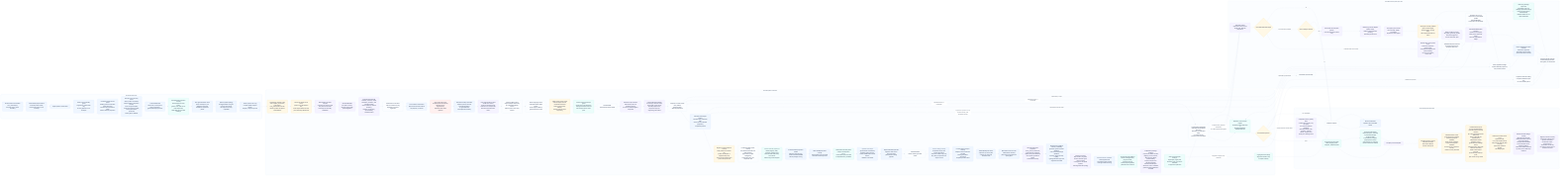
Earlier version of the Mermaid export odylith/atlas/source/domain-intelligence-greenfield-governance.png (odylith/odylith). Its source is kept beside it as odylith/atlas/source/domain-intelligence-greenfield-governance.mmd.
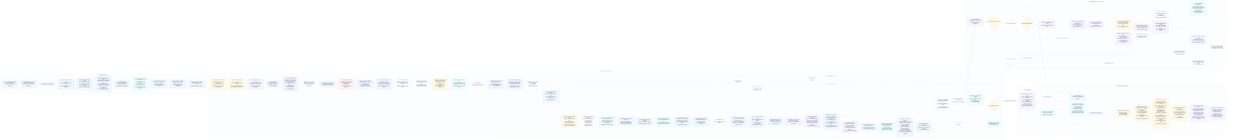
The same file after the commit.

Diff of the diagram source:
```diff
@@ -130,17 +130,17 @@
     final_manifest -- "non-repairable" --> rollback
     rollback --> blockers
 
-    classDef intent fill:#EFF6FF,stroke:#BFD7FE,color:#17233A,stroke-width:1.2px;
-    classDef standard fill:#F8FAFC,stroke:#CBD5E1,color:#17233A,stroke-width:1.2px;
-    classDef rescue fill:#FFF7ED,stroke:#FDBA74,color:#17233A,stroke-width:1.2px;
-    classDef write fill:#F0FDF4,stroke:#86EFAC,color:#17233A,stroke-width:1.2px;
+    classDef intent fill:#EFF6FF,stroke:#BFD7FE,color:#132033,stroke-width:1.2px;
+    classDef standard fill:#F8FAFC,stroke:#CBD5E1,color:#132033,stroke-width:1.2px;
+    classDef rescue fill:#FFF7ED,stroke:#FDBA74,color:#132033,stroke-width:1.2px;
+    classDef write fill:#F0FDF4,stroke:#86EFAC,color:#132033,stroke-width:1.2px;
     class visible_intent,confirmable_stdout,confirm,source_guard,intent_section_parser,prompt_recovery,confirmed_ir,non_goal_owner,sparse_systems,public_system_copy intent;
     class apply_input,intent_visible_result,compiler,semantic_ir,evaluation_semantics,actor_role_owner,artifact_actor_filter,actor_path_role,external_boundary,sequence_owner,subject_carry_guard,result_language,visible_result_priority,prose_shape_guard,artifact_plan,release_scope,canonical_facts,projection_contract,semantic_patch_targets,registry_contract_custody,semantic_result_custody,projections,confirmed_diagram_projection,atlas_label_custody,state_boundary_titles,next_steps,project_dashboard,draft_set,source_casing_custody,control_plane_homonyms,artifact_units,mermaid_source_units,visible_actor_projection,validators,expert_lenses,persisted_readback,governed_readback,evidence_readback,typed_findings,source_addresses,projection_targets,legacy_blockers,final_manifest standard;
     class repairable,patchset,executable_target,deterministic_source_patch,rescue_budget,tribunal_planner,provider_adapter,strict_schema,custody_check,repair_manifest,semantic_apply,plan_apply,semantic_mirror_sync,scope_ledger,dashboard_rerender,projection_rerender,package_inspection,rerender rescue;
     class writes,rollback,blockers,proof_log,surface_custody,matrix_scorer,release_matrix,natural_rescue_proof,selected_case_leakage,registry_forensics_custody,completion_debt,final_write_debt write;
 
-    style accepted_lane fill:#FBFDFF,stroke:#BFD7FE,stroke-width:1px,color:#334155
-    style standard_lane fill:#FBFDFF,stroke:#CBD5E1,stroke-width:1px,color:#334155
-    style rescue_lane fill:#FFFBF5,stroke:#FDBA74,stroke-width:1px,color:#334155
-    style write_lane fill:#F8FFF9,stroke:#86EFAC,stroke-width:1px,color:#334155
+    style accepted_lane fill:#FBFDFF,stroke:#BFD7FE,stroke-width:1px,color:#293D52
+    style standard_lane fill:#FBFDFF,stroke:#CBD5E1,stroke-width:1px,color:#293D52
+    style rescue_lane fill:#FFFBF5,stroke:#FDBA74,stroke-width:1px,color:#293D52
+    style write_lane fill:#F8FFF9,stroke:#86EFAC,stroke-width:1px,color:#293D52
     linkStyle default stroke:#9FB2C8,stroke-width:1.25px
```
